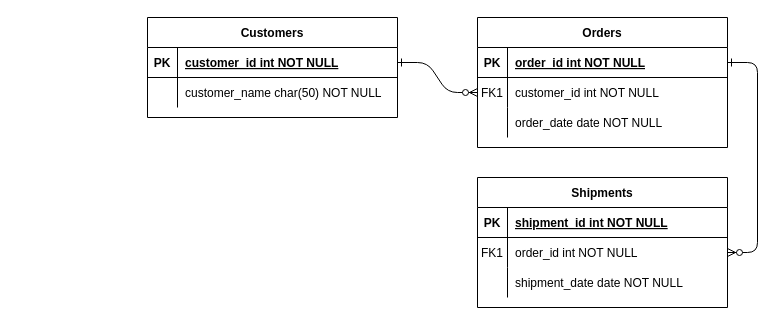
Above: public/nea/Designed SQL.drawio in Ultrasonic1209/chess-app-frontend (draw.io), before the change. Source tidied: cells renumbered, new cells numbered last; positions are measured from the earlier drawing's top-left corner, leaving out a move shared by most shapes. Both pictures are drawn from the tidied source at 100%, with x=0, y=0 at pixel (147, 17).
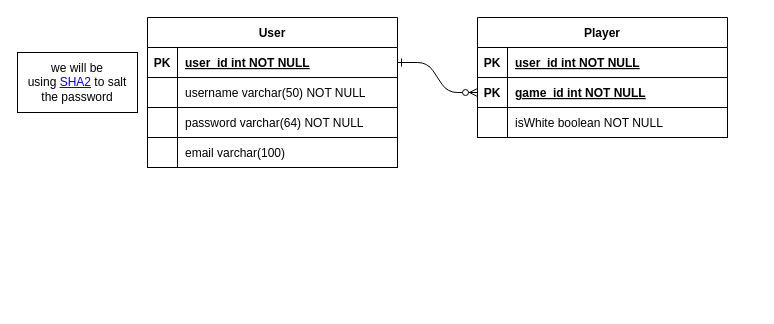
The same diagram, later.

Unchanged cells that the change refers to:
```xml
<mxCell id="5" style="shape=partialRectangle;fillColor=none;points=[[0,0.5],[1,0.5]];portConstraint=eastwest;top=0;left=0;right=0;bottom=1;" parent="4" vertex="1">
  <mxGeometry y="30" width="250" height="30" as="geometry" />
</mxCell>
<mxCell id="25" style="shape=partialRectangle;fillColor=none;points=[[0,0.5],[1,0.5]];portConstraint=eastwest;top=0;left=0;right=0;bottom=1;" parent="24" vertex="1">
  <mxGeometry y="30" width="250" height="30" as="geometry" />
</mxCell>
<mxCell id="28" style="shape=partialRectangle;fillColor=none;top=0;left=0;right=0;bottom=0;" parent="24" vertex="1">
  <mxGeometry y="60" width="250" height="30" as="geometry" />
</mxCell>
```

The edit, as a diff of the source:
```diff
@@
-    <mxCell id="2" style="edgeStyle=entityRelationEdgeStyle;endArrow=ERzeroToMany;startArrow=ERone;endFill=1;startFill=0;" parent="1" edge="1" source="25" target="8">
-      <mxGeometry relative="1" as="geometry" />
+    <mxCell id="2" style="edgeStyle=entityRelationEdgeStyle;endArrow=ERzeroToMany;startArrow=ERone;endFill=1;startFill=0;" parent="1" edge="1" source="25">
+      <mxGeometry relative="1" as="geometry">
+        <mxPoint x="330" y="75" as="targetPoint" />
+      </mxGeometry>
     </mxCell>
-    <mxCell id="3" style="edgeStyle=entityRelationEdgeStyle;endArrow=ERzeroToMany;startArrow=ERone;endFill=1;startFill=0;" parent="1" edge="1" source="5" target="18">
-      <mxGeometry relative="1" as="geometry" />
-    </mxCell>
-    <mxCell id="4" value="Orders" style="shape=table;startSize=30;childLayout=tableLayout;rowLines=0;fontStyle=1;align=center;" parent="1" vertex="1">
-      <mxGeometry x="330" width="250" height="130" as="geometry" />
+    <mxCell id="4" value="Player" style="shape=table;startSize=30;childLayout=tableLayout;rowLines=0;fontStyle=1;align=center;" parent="1" vertex="1">
+      <mxGeometry x="330" width="250" height="120" as="geometry" />
     </mxCell>
@@
-    <mxCell id="7" value="order_id int NOT NULL " style="shape=partialRectangle;overflow=hidden;fillColor=none;top=0;left=0;bottom=0;right=0;align=left;spacingLeft=6;fontStyle=5;" parent="5" vertex="1">
+    <mxCell id="7" value="user_id int NOT NULL " style="shape=partialRectangle;overflow=hidden;fillColor=none;top=0;left=0;bottom=0;right=0;align=left;spacingLeft=6;fontStyle=5;" parent="5" vertex="1">
       <mxGeometry x="30" width="220" height="30" as="geometry" />
     </mxCell>
-    <mxCell id="8" style="shape=partialRectangle;fillColor=none;points=[[0,0.5],[1,0.5]];portConstraint=eastwest;top=0;left=0;right=0;bottom=0;" parent="4" vertex="1">
-      <mxGeometry y="60" width="250" height="30" as="geometry" />
-    </mxCell>
-    <mxCell id="9" value="FK1" style="shape=partialRectangle;overflow=hidden;fillColor=none;top=0;left=0;bottom=0;right=0;" parent="8" vertex="1">
-      <mxGeometry width="30" height="30" as="geometry" />
-    </mxCell>
-    <mxCell id="10" value="customer_id int NOT NULL" style="shape=partialRectangle;overflow=hidden;fillColor=none;top=0;left=0;bottom=0;right=0;align=left;spacingLeft=6;" parent="8" vertex="1">
-      <mxGeometry x="30" width="220" height="30" as="geometry" />
-    </mxCell>
-    <mxCell id="11" style="shape=partialRectangle;fillColor=none;top=0;left=0;right=0;bottom=0;" parent="4" vertex="1">
-      <mxGeometry y="90" width="250" height="30" as="geometry" />
-    </mxCell>
-    <mxCell id="12" style="shape=partialRectangle;overflow=hidden;fillColor=none;top=0;left=0;bottom=0;right=0;" parent="11" vertex="1">
-      <mxGeometry width="30" height="30" as="geometry" />
-    </mxCell>
-    <mxCell id="13" value="order_date date NOT NULL" style="shape=partialRectangle;overflow=hidden;fillColor=none;top=0;left=0;bottom=0;right=0;align=left;spacingLeft=6;" parent="11" vertex="1">
-      <mxGeometry x="30" width="220" height="30" as="geometry" />
-    </mxCell>
-    <mxCell id="14" value="Shipments" style="shape=table;startSize=30;childLayout=tableLayout;rowLines=0;fontStyle=1;align=center;" parent="1" vertex="1">
-      <mxGeometry x="330" y="160" width="250" height="130" as="geometry" />
-    </mxCell>
-    <mxCell id="15" style="shape=partialRectangle;fillColor=none;top=0;left=0;right=0;bottom=1;" parent="14" vertex="1">
-      <mxGeometry y="30" width="250" height="30" as="geometry" />
-    </mxCell>
+    <mxCell id="31" style="shape=partialRectangle;fillColor=none;top=0;left=0;right=0;bottom=1;" parent="4" vertex="1">
+      <mxGeometry y="60" width="250" height="30" as="geometry" />
+    </mxCell>
-    <mxCell id="16" value="PK" style="shape=partialRectangle;overflow=hidden;fillColor=none;top=0;left=0;bottom=0;right=0;fontStyle=1;" parent="15" vertex="1">
+    <mxCell id="16" value="PK" style="shape=partialRectangle;overflow=hidden;fillColor=none;top=0;left=0;bottom=0;right=0;fontStyle=1;" parent="31" vertex="1">
       <mxGeometry width="30" height="30" as="geometry" />
     </mxCell>
-    <mxCell id="17" value="shipment_id int NOT NULL " style="shape=partialRectangle;overflow=hidden;fillColor=none;top=0;left=0;bottom=0;right=0;align=left;spacingLeft=6;fontStyle=5;" parent="15" vertex="1">
-      <mxGeometry x="30" width="220" height="30" as="geometry" />
-    </mxCell>
-    <mxCell id="18" style="shape=partialRectangle;fillColor=none;points=[[0,0.5],[1,0.5]];portConstraint=eastwest;top=0;left=0;right=0;bottom=0;" parent="14" vertex="1">
-      <mxGeometry y="60" width="250" height="30" as="geometry" />
-    </mxCell>
-    <mxCell id="19" value="FK1" style="shape=partialRectangle;overflow=hidden;fillColor=none;top=0;left=0;bottom=0;right=0;" parent="18" vertex="1">
-      <mxGeometry width="30" height="30" as="geometry" />
-    </mxCell>
-    <mxCell id="20" value="order_id int NOT NULL" style="shape=partialRectangle;overflow=hidden;fillColor=none;top=0;left=0;bottom=0;right=0;align=left;spacingLeft=6;" parent="18" vertex="1">
-      <mxGeometry x="30" width="220" height="30" as="geometry" />
-    </mxCell>
-    <mxCell id="21" style="shape=partialRectangle;fillColor=none;top=0;left=0;right=0;bottom=0;" parent="14" vertex="1">
-      <mxGeometry y="90" width="250" height="30" as="geometry" />
-    </mxCell>
-    <mxCell id="22" style="shape=partialRectangle;overflow=hidden;fillColor=none;top=0;left=0;bottom=0;right=0;" parent="21" vertex="1">
-      <mxGeometry width="30" height="30" as="geometry" />
-    </mxCell>
-    <mxCell id="23" value="shipment_date date NOT NULL" style="shape=partialRectangle;overflow=hidden;fillColor=none;top=0;left=0;bottom=0;right=0;align=left;spacingLeft=6;" parent="21" vertex="1">
-      <mxGeometry x="30" width="220" height="30" as="geometry" />
-    </mxCell>
+    <mxCell id="32" value="game_id int NOT NULL " style="shape=partialRectangle;overflow=hidden;fillColor=none;top=0;left=0;bottom=0;right=0;align=left;spacingLeft=6;fontStyle=5;" parent="31" vertex="1">
+      <mxGeometry x="30" width="220" height="30" as="geometry" />
+    </mxCell>
+    <mxCell id="33" style="shape=partialRectangle;fillColor=none;top=0;left=0;right=0;bottom=1;" parent="4" vertex="1">
+      <mxGeometry y="90" width="250" height="30" as="geometry" />
+    </mxCell>
+    <mxCell id="34" style="shape=partialRectangle;overflow=hidden;fillColor=none;top=0;left=0;bottom=0;right=0;fontStyle=1;" parent="33" vertex="1">
+      <mxGeometry width="30" height="30" as="geometry" />
+    </mxCell>
+    <mxCell id="35" value="isWhite boolean NOT NULL " style="shape=partialRectangle;overflow=hidden;fillColor=none;top=0;left=0;bottom=0;right=0;align=left;spacingLeft=6;fontStyle=0;" parent="33" vertex="1">
+      <mxGeometry x="30" width="220" height="30" as="geometry" />
+    </mxCell>
-    <mxCell id="24" value="Customers" style="shape=table;startSize=30;childLayout=tableLayout;rowLines=0;fontStyle=1;align=center;" parent="1" vertex="1">
-      <mxGeometry width="250" height="100" as="geometry" />
+    <mxCell id="24" value="User" style="shape=table;startSize=30;childLayout=tableLayout;rowLines=0;fontStyle=1;align=center;" parent="1" vertex="1">
+      <mxGeometry width="250" height="150" as="geometry" />
     </mxCell>
@@
-    <mxCell id="27" value="customer_id int NOT NULL " style="shape=partialRectangle;overflow=hidden;fillColor=none;top=0;left=0;bottom=0;right=0;align=left;spacingLeft=6;fontStyle=5;" parent="25" vertex="1">
+    <mxCell id="27" value="user_id int NOT NULL " style="shape=partialRectangle;overflow=hidden;fillColor=none;top=0;left=0;bottom=0;right=0;align=left;spacingLeft=6;fontStyle=5;" parent="25" vertex="1">
       <mxGeometry x="30" width="220" height="30" as="geometry" />
     </mxCell>
@@
-    <mxCell id="29" style="shape=partialRectangle;overflow=hidden;fillColor=none;top=0;left=0;bottom=0;right=0;" parent="28" vertex="1">
+    <mxCell id="29" style="shape=partialRectangle;overflow=hidden;fillColor=none;top=0;left=0;bottom=1;right=0;" parent="28" vertex="1">
       <mxGeometry width="30" height="30" as="geometry" />
     </mxCell>
-    <mxCell id="30" value="customer_name char(50) NOT NULL" style="shape=partialRectangle;overflow=hidden;fillColor=none;top=0;left=0;bottom=0;right=0;align=left;spacingLeft=6;" parent="28" vertex="1">
+    <mxCell id="30" value="username varchar(50) NOT NULL" style="shape=partialRectangle;overflow=hidden;fillColor=none;top=0;left=0;bottom=1;right=0;align=left;spacingLeft=6;" parent="28" vertex="1">
       <mxGeometry x="30" width="220" height="30" as="geometry" />
     </mxCell>
+    <mxCell id="36" style="shape=partialRectangle;fillColor=none;top=0;left=0;right=0;bottom=0;" parent="24" vertex="1">
+      <mxGeometry y="90" width="250" height="30" as="geometry" />
+    </mxCell>
+    <mxCell id="37" style="shape=partialRectangle;overflow=hidden;fillColor=none;top=0;left=0;bottom=1;right=0;" parent="36" vertex="1">
+      <mxGeometry width="30" height="30" as="geometry" />
+    </mxCell>
+    <mxCell id="38" value="password varchar(64) NOT NULL" style="shape=partialRectangle;overflow=hidden;fillColor=none;top=0;left=0;bottom=1;right=0;align=left;spacingLeft=6;" parent="36" vertex="1">
+      <mxGeometry x="30" width="220" height="30" as="geometry" />
+    </mxCell>
+    <mxCell id="39" style="shape=partialRectangle;fillColor=none;top=0;left=0;right=0;bottom=0;" parent="24" vertex="1">
+      <mxGeometry y="120" width="250" height="30" as="geometry" />
+    </mxCell>
+    <mxCell id="40" style="shape=partialRectangle;overflow=hidden;fillColor=none;top=0;left=0;bottom=1;right=0;" parent="39" vertex="1">
+      <mxGeometry width="30" height="30" as="geometry" />
+    </mxCell>
+    <mxCell id="41" value="email varchar(100)" style="shape=partialRectangle;overflow=hidden;fillColor=none;top=0;left=0;bottom=1;right=0;align=left;spacingLeft=6;" parent="39" vertex="1">
+      <mxGeometry x="30" width="220" height="30" as="geometry" />
+    </mxCell>
+    <mxCell id="42" value="we will be using&amp;nbsp;&lt;a href=&quot;https://mariadb.com/kb/en/sha2/&quot;&gt;SHA2&lt;/a&gt;&amp;nbsp;to salt the password" style="rounded=0;whiteSpace=wrap;html=1;" parent="1" vertex="1">
+      <mxGeometry x="-130" y="35" width="120" height="60" as="geometry" />
+    </mxCell>
```
